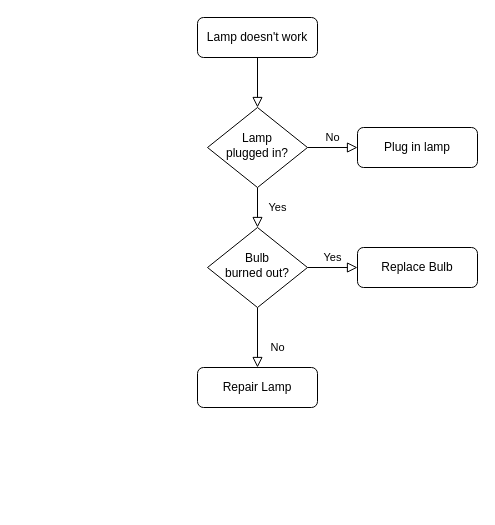
Before: 程序流程图.drawio in daftpumpkin/IoT.io, a draw.io diagram. Source tidied: cells renumbered, new cells numbered last; positions are measured from the earlier drawing's top-left corner, leaving out a move shared by most shapes. Both pictures are drawn from the tidied source at 100%, with x=0, y=0 at pixel (197, 17).
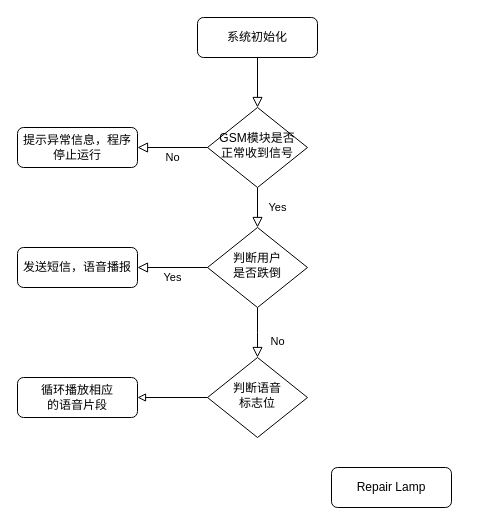
The same page after the edit.

Commit message:
更新程序流程图.drawio

Diff of the diagram source:
```diff
@@
 <mxGraphModel>
   <root>
     <mxCell id="0" />
     <mxCell id="1" parent="0" />
     <mxCell id="2" style="rounded=0;html=1;jettySize=auto;fontSize=11;endArrow=block;endFill=0;endSize=8;strokeWidth=1;shadow=0;labelBackgroundColor=none;edgeStyle=orthogonalEdgeStyle;" parent="1" edge="1" source="3" target="6">
       <mxGeometry relative="1" as="geometry" />
     </mxCell>
-    <mxCell id="3" value="Lamp doesn't work" style="rounded=1;whiteSpace=wrap;html=1;fontSize=12;glass=0;strokeWidth=1;shadow=0;" parent="1" vertex="1">
+    <mxCell id="3" value="&lt;font face=&quot;宋体&quot;&gt;系统初始化&lt;/font&gt;" style="rounded=1;whiteSpace=wrap;html=1;fontSize=12;glass=0;strokeWidth=1;shadow=0;" parent="1" vertex="1">
       <mxGeometry width="120" height="40" as="geometry" />
     </mxCell>
     <mxCell id="4" value="Yes" style="rounded=0;html=1;jettySize=auto;fontSize=11;endArrow=block;endFill=0;endSize=8;strokeWidth=1;shadow=0;labelBackgroundColor=none;edgeStyle=orthogonalEdgeStyle;" parent="1" edge="1" source="6" target="10">
       <mxGeometry y="20" relative="1" as="geometry" />
     </mxCell>
     <mxCell id="5" value="No" style="edgeStyle=orthogonalEdgeStyle;rounded=0;html=1;jettySize=auto;fontSize=11;endArrow=block;endFill=0;endSize=8;strokeWidth=1;shadow=0;labelBackgroundColor=none;" parent="1" edge="1" source="6" target="7">
       <mxGeometry y="10" relative="1" as="geometry" />
     </mxCell>
-    <mxCell id="6" value="Lamp&lt;br&gt;plugged in?" style="rhombus;whiteSpace=wrap;html=1;shadow=0;fontFamily=Helvetica;fontSize=12;align=center;strokeWidth=1;spacing=6;spacingTop=-4;" parent="1" vertex="1">
+    <mxCell id="6" value="&lt;font face=&quot;宋体&quot;&gt;GSM模块是否&lt;br&gt;正常收到信号&lt;/font&gt;" style="rhombus;whiteSpace=wrap;html=1;shadow=0;fontFamily=Helvetica;fontSize=12;align=center;strokeWidth=1;spacing=6;spacingTop=-4;" parent="1" vertex="1">
       <mxGeometry x="10" y="90" width="100" height="80" as="geometry" />
     </mxCell>
-    <mxCell id="7" value="Plug in lamp" style="rounded=1;whiteSpace=wrap;html=1;fontSize=12;glass=0;strokeWidth=1;shadow=0;" parent="1" vertex="1">
-      <mxGeometry x="160" y="110" width="120" height="40" as="geometry" />
+    <mxCell id="7" value="&lt;font face=&quot;宋体&quot;&gt;提示异常信息，程序停止运行&lt;/font&gt;" style="rounded=1;whiteSpace=wrap;html=1;fontSize=12;glass=0;strokeWidth=1;shadow=0;" parent="1" vertex="1">
+      <mxGeometry x="-180" y="110" width="120" height="40" as="geometry" />
     </mxCell>
-    <mxCell id="8" value="No" style="rounded=0;html=1;jettySize=auto;fontSize=11;endArrow=block;endFill=0;endSize=8;strokeWidth=1;shadow=0;labelBackgroundColor=none;edgeStyle=orthogonalEdgeStyle;" parent="1" edge="1" source="10" target="11">
-      <mxGeometry x="0.33" y="20" relative="1" as="geometry" />
+    <mxCell id="8" value="No" style="rounded=0;html=1;jettySize=auto;fontSize=11;endArrow=block;endFill=0;endSize=8;strokeWidth=1;shadow=0;labelBackgroundColor=none;edgeStyle=orthogonalEdgeStyle;" parent="1" edge="1" source="10">
+      <mxGeometry x="0.33" y="20" relative="1" as="geometry">
+        <mxPoint x="60" y="340" as="targetPoint" />
+      </mxGeometry>
     </mxCell>
     <mxCell id="9" value="Yes" style="edgeStyle=orthogonalEdgeStyle;rounded=0;html=1;jettySize=auto;fontSize=11;endArrow=block;endFill=0;endSize=8;strokeWidth=1;shadow=0;labelBackgroundColor=none;" parent="1" edge="1" source="10" target="12">
       <mxGeometry y="10" relative="1" as="geometry" />
     </mxCell>
-    <mxCell id="10" value="Bulb&lt;br&gt;burned out?" style="rhombus;whiteSpace=wrap;html=1;shadow=0;fontFamily=Helvetica;fontSize=12;align=center;strokeWidth=1;spacing=6;spacingTop=-4;" parent="1" vertex="1">
+    <mxCell id="10" value="&lt;font face=&quot;宋体&quot;&gt;判断用户&lt;br&gt;是否跌倒&lt;/font&gt;" style="rhombus;whiteSpace=wrap;html=1;shadow=0;fontFamily=Helvetica;fontSize=12;align=center;strokeWidth=1;spacing=6;spacingTop=-4;" parent="1" vertex="1">
       <mxGeometry x="10" y="210" width="100" height="80" as="geometry" />
     </mxCell>
     <mxCell id="11" value="Repair Lamp" style="rounded=1;whiteSpace=wrap;html=1;fontSize=12;glass=0;strokeWidth=1;shadow=0;" parent="1" vertex="1">
-      <mxGeometry y="350" width="120" height="40" as="geometry" />
+      <mxGeometry x="134" y="450" width="120" height="40" as="geometry" />
     </mxCell>
-    <mxCell id="12" value="Replace Bulb" style="rounded=1;whiteSpace=wrap;html=1;fontSize=12;glass=0;strokeWidth=1;shadow=0;" parent="1" vertex="1">
-      <mxGeometry x="160" y="230" width="120" height="40" as="geometry" />
+    <mxCell id="12" value="&lt;font face=&quot;宋体&quot;&gt;发送短信，语音播报&lt;/font&gt;" style="rounded=1;whiteSpace=wrap;html=1;fontSize=12;glass=0;strokeWidth=1;shadow=0;" parent="1" vertex="1">
+      <mxGeometry x="-180" y="230" width="120" height="40" as="geometry" />
     </mxCell>
+    <mxCell id="13" style="edgeStyle=orthogonalEdgeStyle;rounded=0;jettySize=auto;html=1;endArrow=block;endFill=0;" parent="1" edge="1" source="14">
+      <mxGeometry relative="1" as="geometry">
+        <mxPoint x="-60" y="380" as="targetPoint" />
+      </mxGeometry>
+    </mxCell>
+    <mxCell id="14" value="&lt;font face=&quot;宋体&quot;&gt;判断语音&lt;br&gt;标志位&lt;br&gt;&lt;/font&gt;" style="rhombus;whiteSpace=wrap;html=1;shadow=0;fontFamily=Helvetica;fontSize=12;align=center;strokeWidth=1;spacing=6;spacingTop=-4;" parent="1" vertex="1">
+      <mxGeometry x="10" y="340" width="100" height="80" as="geometry" />
+    </mxCell>
+    <mxCell id="15" value="循环播放相应&lt;br&gt;的语音片段" style="rounded=1;whiteSpace=wrap;html=1;fontSize=12;glass=0;strokeWidth=1;shadow=0;" parent="1" vertex="1">
+      <mxGeometry x="-180" y="360" width="120" height="40" as="geometry" />
+    </mxCell>
   </root>
 </mxGraphModel>
```
